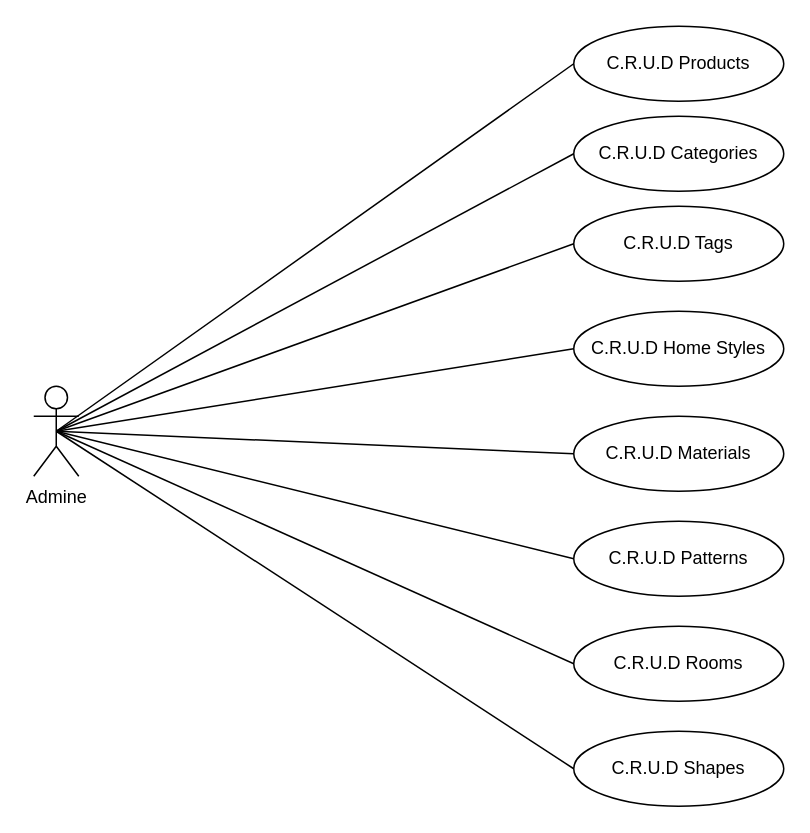
marouane-tabib/Project_Fil_Rouge_A1_Forume keeps this draw.io diagram as database/uml/use_case.dio. Above is the earlier version. Source tidied: cells renumbered, new cells numbered last; positions are measured from the earlier drawing's top-left corner, leaving out a move shared by most shapes. Both pictures are drawn from the tidied source at 150%, with x=0, y=0 at pixel (33, 26).
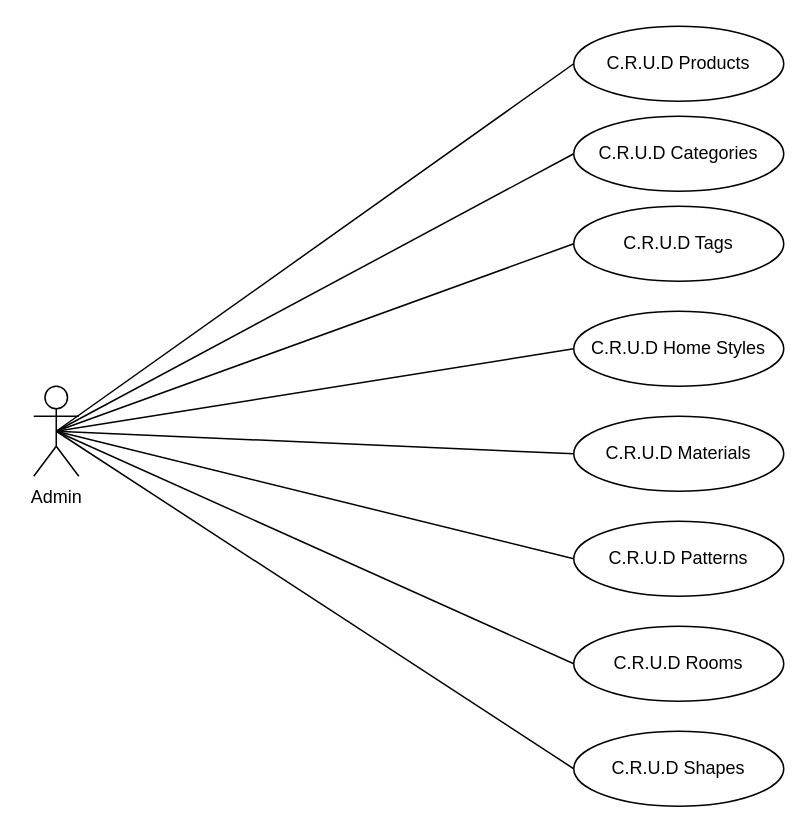
After the change.

Commit message (it also covers changes not shown here):
Completed the use_class use_case diagrame

The edit, as a diff of the source:
```diff
@@
 <mxGraphModel>
   <root>
     <mxCell id="0" />
     <mxCell id="1" parent="0" />
-    <mxCell id="2" value="Admine" style="shape=umlActor;verticalLabelPosition=bottom;verticalAlign=top;html=1;" parent="1" vertex="1">
+    <mxCell id="2" value="Admin" style="shape=umlActor;verticalLabelPosition=bottom;verticalAlign=top;html=1;" parent="1" vertex="1">
       <mxGeometry y="240" width="30" height="60" as="geometry" />
     </mxCell>
     <mxCell id="3" value="C.R.U.D Products" style="ellipse;whiteSpace=wrap;html=1;" parent="1" vertex="1">
       <mxGeometry x="360" width="140" height="50" as="geometry" />
     </mxCell>
     <mxCell id="4" value="C.R.U.D Categories" style="ellipse;whiteSpace=wrap;html=1;" parent="1" vertex="1">
       <mxGeometry x="360" y="60" width="140" height="50" as="geometry" />
     </mxCell>
     <mxCell id="5" value="C.R.U.D Tags" style="ellipse;whiteSpace=wrap;html=1;" parent="1" vertex="1">
       <mxGeometry x="360" y="120" width="140" height="50" as="geometry" />
     </mxCell>
     <mxCell id="6" value="C.R.U.D Home Styles" style="ellipse;whiteSpace=wrap;html=1;" parent="1" vertex="1">
       <mxGeometry x="360" y="190" width="140" height="50" as="geometry" />
     </mxCell>
     <mxCell id="7" value="C.R.U.D Materials" style="ellipse;whiteSpace=wrap;html=1;" parent="1" vertex="1">
       <mxGeometry x="360" y="260" width="140" height="50" as="geometry" />
     </mxCell>
     <mxCell id="8" value="C.R.U.D Patterns" style="ellipse;whiteSpace=wrap;html=1;" parent="1" vertex="1">
       <mxGeometry x="360" y="330" width="140" height="50" as="geometry" />
     </mxCell>
     <mxCell id="9" value="C.R.U.D Rooms" style="ellipse;whiteSpace=wrap;html=1;" parent="1" vertex="1">
       <mxGeometry x="360" y="400" width="140" height="50" as="geometry" />
     </mxCell>
     <mxCell id="10" value="C.R.U.D Shapes" style="ellipse;whiteSpace=wrap;html=1;" parent="1" vertex="1">
       <mxGeometry x="360" y="470" width="140" height="50" as="geometry" />
     </mxCell>
     <mxCell id="11" style="endArrow=none;html=1;entryX=0;entryY=0.5;entryDx=0;entryDy=0;exitX=0.5;exitY=0.5;exitDx=0;exitDy=0;exitPerimeter=0;" parent="1" edge="1" source="2" target="3">
       <mxGeometry relative="1" as="geometry" />
     </mxCell>
     <mxCell id="12" style="endArrow=none;html=1;entryX=0;entryY=0.5;entryDx=0;entryDy=0;exitX=0.5;exitY=0.5;exitDx=0;exitDy=0;exitPerimeter=0;" parent="1" edge="1" source="2" target="4">
       <mxGeometry relative="1" as="geometry" />
     </mxCell>
     <mxCell id="13" style="endArrow=none;html=1;entryX=0;entryY=0.5;entryDx=0;entryDy=0;exitX=0.5;exitY=0.5;exitDx=0;exitDy=0;exitPerimeter=0;" parent="1" edge="1" source="2" target="5">
       <mxGeometry relative="1" as="geometry" />
     </mxCell>
     <mxCell id="14" style="endArrow=none;html=1;entryX=0;entryY=0.5;entryDx=0;entryDy=0;exitX=0.5;exitY=0.5;exitDx=0;exitDy=0;exitPerimeter=0;" parent="1" edge="1" source="2" target="6">
       <mxGeometry relative="1" as="geometry" />
     </mxCell>
     <mxCell id="15" style="endArrow=none;html=1;entryX=0;entryY=0.5;entryDx=0;entryDy=0;exitX=0.5;exitY=0.5;exitDx=0;exitDy=0;exitPerimeter=0;" parent="1" edge="1" source="2" target="7">
       <mxGeometry relative="1" as="geometry" />
     </mxCell>
     <mxCell id="16" style="endArrow=none;html=1;entryX=0;entryY=0.5;entryDx=0;entryDy=0;exitX=0.5;exitY=0.5;exitDx=0;exitDy=0;exitPerimeter=0;" parent="1" edge="1" source="2" target="8">
       <mxGeometry relative="1" as="geometry" />
     </mxCell>
     <mxCell id="17" style="endArrow=none;html=1;entryX=0;entryY=0.5;entryDx=0;entryDy=0;exitX=0.5;exitY=0.5;exitDx=0;exitDy=0;exitPerimeter=0;" parent="1" edge="1" source="2" target="9">
       <mxGeometry relative="1" as="geometry" />
     </mxCell>
     <mxCell id="18" style="endArrow=none;html=1;entryX=0;entryY=0.5;entryDx=0;entryDy=0;exitX=0.5;exitY=0.5;exitDx=0;exitDy=0;exitPerimeter=0;" parent="1" edge="1" source="2" target="10">
       <mxGeometry relative="1" as="geometry" />
     </mxCell>
   </root>
 </mxGraphModel>
```
